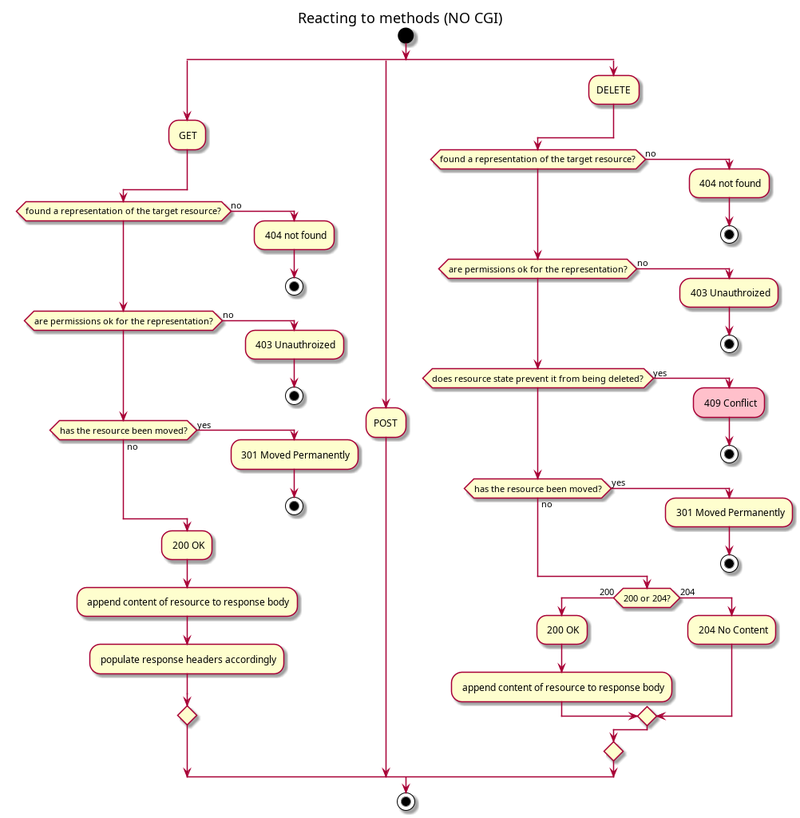
The PlantUML diagram docs/methods.png in thaisnishimoto/42sp_Webserv, before a commit. Its source is kept beside it as docs/methods.puml.
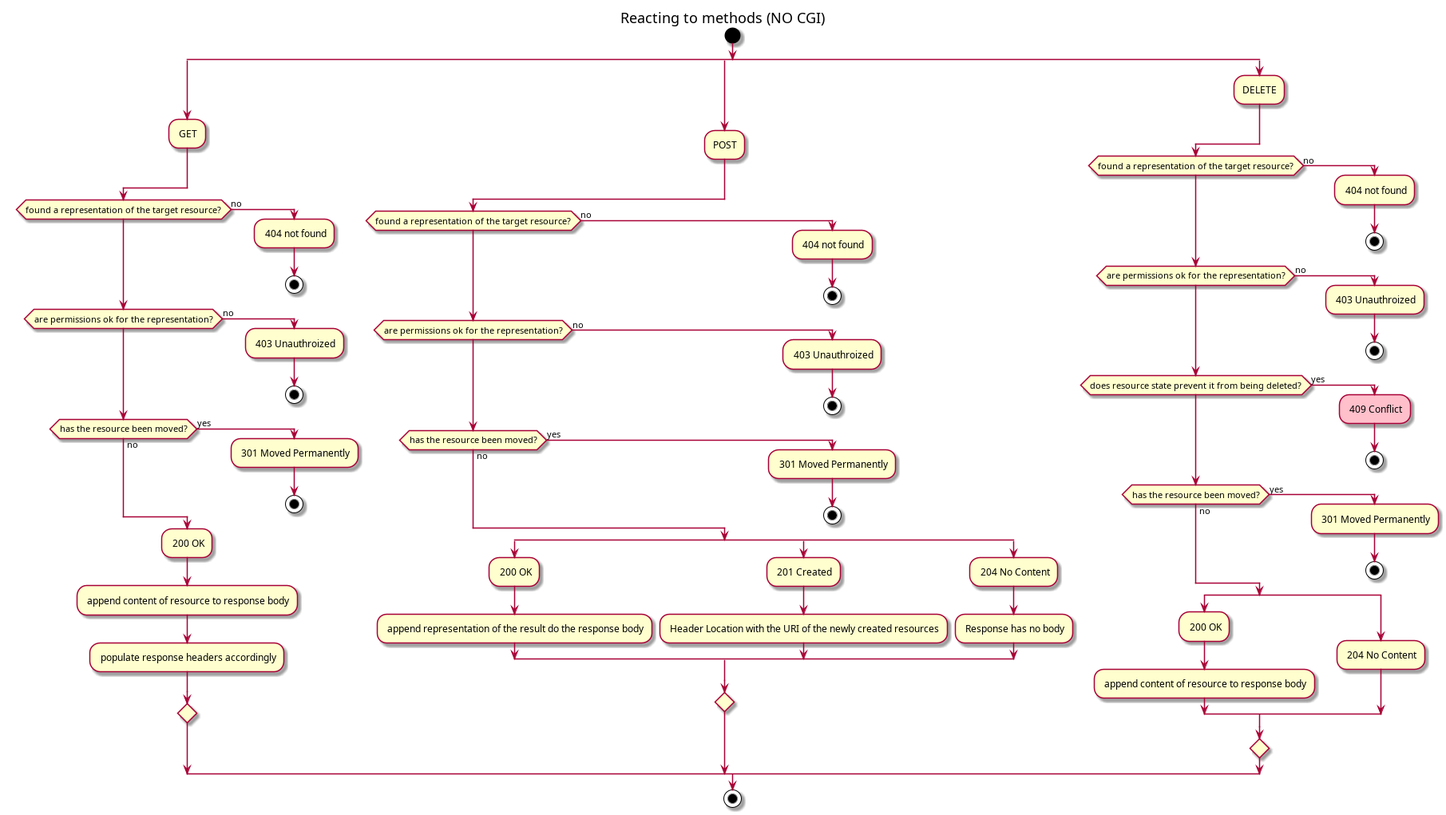
The same diagram one commit later.

Commit message:
docs: POST flow

Change to the diagram source:
```diff
@@ -24,6 +24,28 @@
 	endif
 split again
 	:POST;
+	if (found a representation of the target resource?) then (no)
+		: 404 not found;
+		stop
+	else if (are permissions ok for the representation?) then (no)
+		: 403 Unauthroized;
+		stop
+	else if (has the resource been moved?) then (yes)
+		: 301 Moved Permanently;
+		stop
+	else (no)
+		split
+			: 200 OK;
+			: append representation of the result do the response body;
+		split again
+			: 201 Created;
+			: Header Location with the URI of the newly created resources;
+		split again
+			: 204 No Content;
+			: Response has no body;
+		end split
+	endif
+
 split again
 	:DELETE;
 	if (found a representation of the target resource?) then (no)
@@ -39,12 +61,12 @@
 		: 301 Moved Permanently;
 		stop
 	else (no)
-		if (200 or 204?) then (200)
+		split
 			: 200 OK;
 			: append content of resource to response body;
-		else (204)
+			split again
 			: 204 No Content;
-		endif
+		end split
 	endif
 
 end split
```
